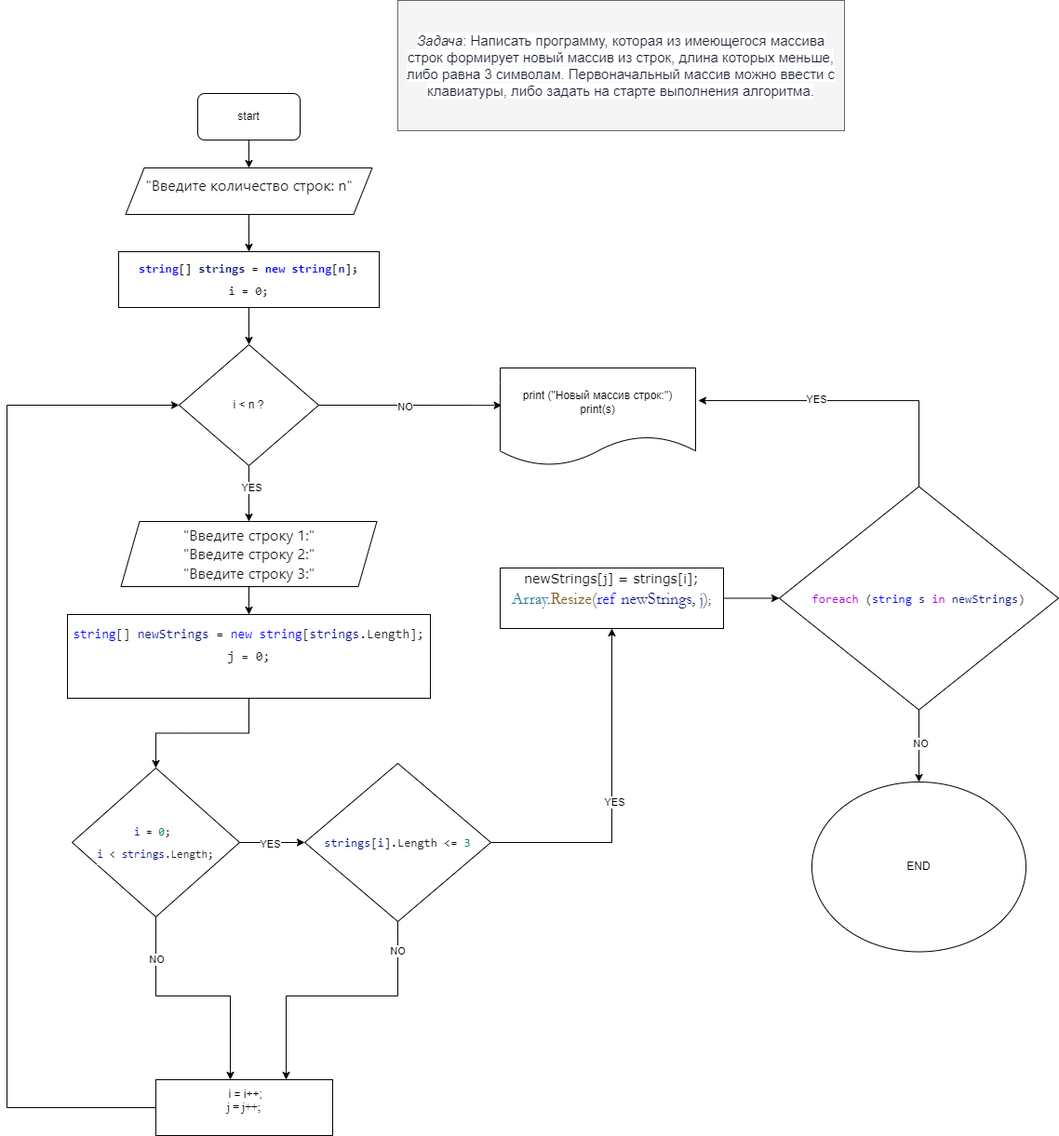
goodLikes/control_work keeps this draw.io diagram as dig_prog.png. Above is the earlier version. Source tidied: cells renumbered, new cells last; positions are measured from the earlier drawing's top-left corner, leaving out a move shared by most shapes.
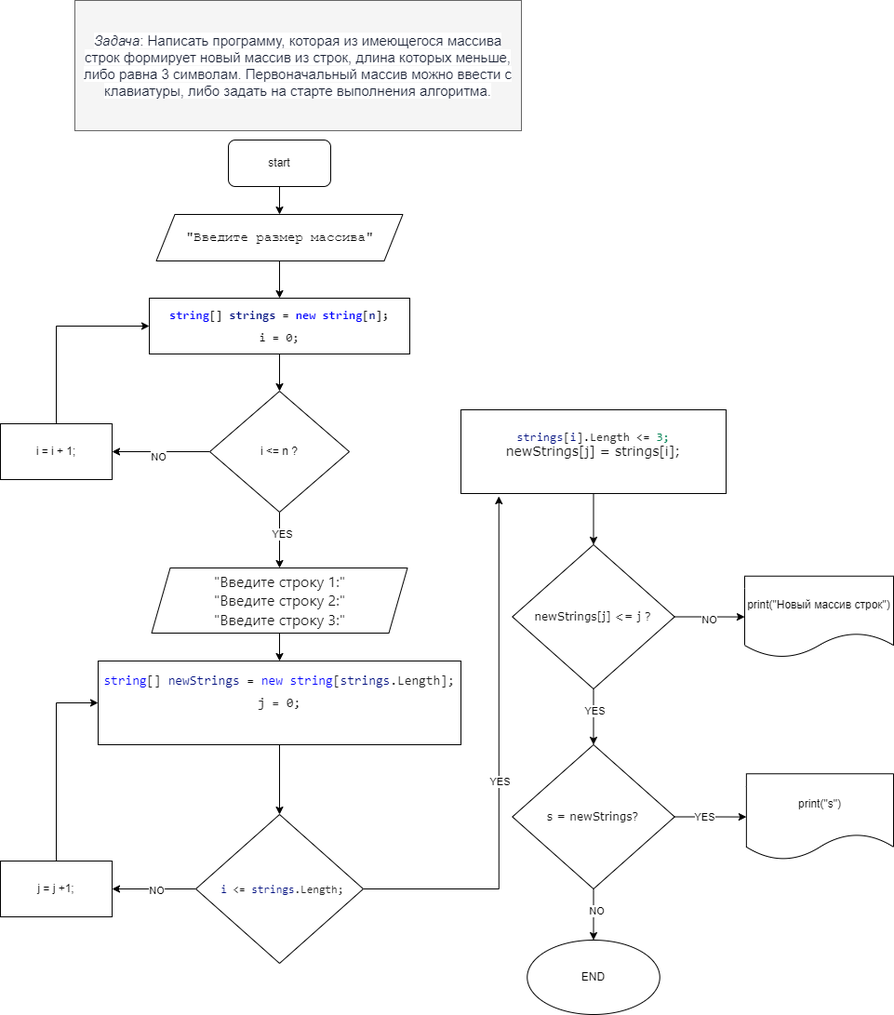
Above is the later version.

Commit message:
изменил блок схему

Change to the diagram source:
```diff
@@ -11,3 +11,3 @@
     <mxCell id="4" value="&lt;font color=&quot;#171f33&quot;&gt;&lt;em style=&quot;box-sizing: border-box; font-family: Onest, Roboto, &amp;quot;San Francisco&amp;quot;, &amp;quot;Helvetica Neue&amp;quot;, Helvetica, Arial; font-size: 15px; text-align: start; background-color: rgb(255, 255, 255);&quot;&gt;Задача&lt;/em&gt;&lt;span style=&quot;font-family: Onest, Roboto, &amp;quot;San Francisco&amp;quot;, &amp;quot;Helvetica Neue&amp;quot;, Helvetica, Arial; font-size: 15px; text-align: start; background-color: rgb(255, 255, 255);&quot;&gt;: Написать программу, которая из имеющегося массива строк формирует новый массив из строк, длина которых меньше, либо равна 3 символам. Первоначальный массив можно ввести с клавиатуры, либо задать на старте выполнения алгоритма.&lt;/span&gt;&lt;/font&gt;" style="text;html=1;align=center;verticalAlign=middle;whiteSpace=wrap;rounded=0;fillColor=#f5f5f5;fontColor=#333333;strokeColor=#666666;" parent="1" vertex="1">
-      <mxGeometry x="469" width="480" height="140" as="geometry" />
+      <mxGeometry x="89" y="-50" width="480" height="140" as="geometry" />
     </mxCell>
@@ -25,3 +25,3 @@
     </mxCell>
-    <mxCell id="7" value="&lt;span style=&quot;color: rgb(17, 17, 17); font-family: -apple-system, Roboto, SegoeUI, &amp;quot;Segoe UI&amp;quot;, &amp;quot;Helvetica Neue&amp;quot;, Helvetica, &amp;quot;Microsoft YaHei&amp;quot;, &amp;quot;Meiryo UI&amp;quot;, Meiryo, &amp;quot;Arial Unicode MS&amp;quot;, sans-serif; font-size: 16px; text-align: left; background-color: rgb(255, 255, 255);&quot;&gt;&quot;Введите количество строк: n&quot;&lt;/span&gt;&lt;div&gt;&lt;br&gt;&lt;/div&gt;" style="shape=parallelogram;perimeter=parallelogramPerimeter;whiteSpace=wrap;html=1;fixedSize=1;" parent="1" vertex="1">
+    <mxCell id="7" value="&lt;div&gt;&lt;span style=&quot;font-family: &amp;quot;Söhne Mono&amp;quot;, Monaco, &amp;quot;Andale Mono&amp;quot;, &amp;quot;Ubuntu Mono&amp;quot;, monospace; font-size: 14px; text-align: left; white-space: pre; background-color: rgb(255, 255, 255);&quot;&gt;&quot;Введите размер массива&quot;&lt;/span&gt;&lt;br&gt;&lt;/div&gt;" style="shape=parallelogram;perimeter=parallelogramPerimeter;whiteSpace=wrap;html=1;fixedSize=1;" parent="1" vertex="1">
       <mxGeometry x="176.5" y="180" width="265" height="50" as="geometry" />
@@ -40,8 +40,2 @@
     </mxCell>
-    <mxCell id="12" style="edgeStyle=orthogonalEdgeStyle;rounded=0;jettySize=auto;html=1;entryX=0.008;entryY=0.383;entryDx=0;entryDy=0;entryPerimeter=0;" parent="1" edge="1" source="16" target="26">
-      <mxGeometry relative="1" as="geometry" />
-    </mxCell>
-    <mxCell id="13" value="NO" style="edgeLabel;html=1;align=center;verticalAlign=middle;" parent="12" vertex="1">
-      <mxGeometry x="-0.06" y="-1" relative="1" as="geometry" />
-    </mxCell>
     <mxCell id="14" style="edgeStyle=orthogonalEdgeStyle;rounded=0;jettySize=auto;html=1;" parent="1" edge="1" source="16" target="11">
@@ -52,3 +46,9 @@
     </mxCell>
+    <mxCell id="40" style="edgeStyle=orthogonalEdgeStyle;rounded=0;jettySize=auto;html=1;entryX=1;entryY=0.5;entryDx=0;entryDy=0;" parent="1" edge="1" source="16" target="47">
+      <mxGeometry relative="1" as="geometry" />
+    </mxCell>
+    <mxCell id="41" value="NO" style="edgeLabel;html=1;align=center;verticalAlign=middle;" parent="40" vertex="1">
+      <mxGeometry x="0.07" y="5" relative="1" as="geometry" />
+    </mxCell>
-    <mxCell id="16" value="i &amp;lt; n ?" style="rhombus;whiteSpace=wrap;html=1;" parent="1" vertex="1">
+    <mxCell id="16" value="i &amp;lt;= n ?" style="rhombus;whiteSpace=wrap;html=1;" parent="1" vertex="1">
       <mxGeometry x="234" y="370" width="150" height="130" as="geometry" />
@@ -61,16 +61,3 @@
     </mxCell>
-    <mxCell id="19" style="edgeStyle=orthogonalEdgeStyle;rounded=0;jettySize=auto;html=1;entryX=0.421;entryY=0;entryDx=0;entryDy=0;entryPerimeter=0;" parent="1" edge="1" source="23" target="25">
-      <mxGeometry relative="1" as="geometry">
-        <Array as="points">
-          <mxPoint x="209" y="1070" />
-          <mxPoint x="289" y="1070" />
-        </Array>
-      </mxGeometry>
-    </mxCell>
-    <mxCell id="20" value="NO" style="edgeLabel;html=1;align=center;verticalAlign=middle;" parent="19" vertex="1">
-      <mxGeometry x="-0.76" y="-4" relative="1" as="geometry">
-        <mxPoint x="4" y="15" as="offset" />
-      </mxGeometry>
-    </mxCell>
-    <mxCell id="21" style="edgeStyle=orthogonalEdgeStyle;rounded=0;jettySize=auto;html=1;" parent="1" edge="1" source="23" target="31">
+    <mxCell id="21" style="edgeStyle=orthogonalEdgeStyle;rounded=0;jettySize=auto;html=1;entryX=0.143;entryY=1.033;entryDx=0;entryDy=0;entryPerimeter=0;" parent="1" edge="1" source="23" target="45">
       <mxGeometry relative="1" as="geometry" />
@@ -80,66 +67,73 @@
     </mxCell>
+    <mxCell id="42" style="edgeStyle=orthogonalEdgeStyle;rounded=0;jettySize=auto;html=1;" parent="1" edge="1" source="23" target="49">
+      <mxGeometry relative="1" as="geometry" />
+    </mxCell>
+    <mxCell id="43" value="NO" style="edgeLabel;html=1;align=center;verticalAlign=middle;" parent="42" vertex="1">
+      <mxGeometry x="-0.05" y="1" relative="1" as="geometry" />
+    </mxCell>
-    <mxCell id="23" value="&lt;div style=&quot;background-color: rgb(255, 255, 255); font-family: Consolas, &amp;quot;Courier New&amp;quot;, monospace; line-height: 24px; white-space: pre;&quot;&gt;&lt;div style=&quot;line-height: 24px;&quot;&gt;&lt;span style=&quot;color: rgb(0, 16, 128);&quot;&gt;i&lt;/span&gt; = &lt;span style=&quot;color: rgb(9, 134, 88);&quot;&gt;0&lt;/span&gt;&lt;span style=&quot;color: rgb(34, 34, 34);&quot;&gt;;&lt;/span&gt; &lt;/div&gt;&lt;div style=&quot;line-height: 24px;&quot;&gt;&lt;span style=&quot;color: rgb(0, 16, 128);&quot;&gt;i&lt;/span&gt; &amp;lt; &lt;span style=&quot;color: rgb(0, 16, 128);&quot;&gt;strings&lt;/span&gt;.&lt;span style=&quot;color: rgb(34, 34, 34);&quot;&gt;Length&lt;/span&gt;&lt;span style=&quot;color: rgb(34, 34, 34);&quot;&gt;;&lt;/span&gt;&lt;/div&gt;&lt;/div&gt;" style="rhombus;whiteSpace=wrap;html=1;" parent="1" vertex="1">
-      <mxGeometry x="119" y="825" width="180" height="160" as="geometry" />
+    <mxCell id="23" value="&lt;div style=&quot;background-color: rgb(255, 255, 255); font-family: Consolas, &amp;quot;Courier New&amp;quot;, monospace; line-height: 24px; white-space: pre;&quot;&gt;&lt;div style=&quot;line-height: 24px;&quot;&gt; &lt;span style=&quot;color: rgb(0, 16, 128);&quot;&gt;i&lt;/span&gt; &amp;lt;= &lt;span style=&quot;color: rgb(0, 16, 128);&quot;&gt;strings&lt;/span&gt;.&lt;span style=&quot;color: rgb(34, 34, 34);&quot;&gt;Length&lt;/span&gt;&lt;span style=&quot;color: rgb(34, 34, 34);&quot;&gt;;&lt;/span&gt;&lt;/div&gt;&lt;/div&gt;" style="rhombus;whiteSpace=wrap;html=1;" parent="1" vertex="1">
+      <mxGeometry x="219" y="825" width="180" height="160" as="geometry" />
     </mxCell>
-    <mxCell id="24" style="edgeStyle=orthogonalEdgeStyle;rounded=0;jettySize=auto;html=1;entryX=0;entryY=0.5;entryDx=0;entryDy=0;" parent="1" edge="1" source="25" target="16">
-      <mxGeometry relative="1" as="geometry">
-        <Array as="points">
-          <mxPoint x="49" y="435" />
-        </Array>
-      </mxGeometry>
-    </mxCell>
-    <mxCell id="25" value="&amp;nbsp;i = i++;&lt;div&gt;&lt;span style=&quot;font-family: Li5auUDzTDt5TwmMq0jz;&quot;&gt;j = j++;&lt;/span&gt;&lt;br&gt;&lt;div&gt;&lt;br&gt;&lt;/div&gt;&lt;/div&gt;" style="whiteSpace=wrap;html=1;" parent="1" vertex="1">
-      <mxGeometry x="209" y="1160" width="190" height="60" as="geometry" />
-    </mxCell>
-    <mxCell id="26" value="print (&quot;Новый массив строк:&quot;)&lt;div&gt;print(s)&lt;/div&gt;" style="shape=document;whiteSpace=wrap;html=1;boundedLbl=1;" parent="1" vertex="1">
-      <mxGeometry x="579" y="395" width="210" height="105" as="geometry" />
-    </mxCell>
-    <mxCell id="27" style="edgeStyle=orthogonalEdgeStyle;rounded=0;jettySize=auto;html=1;" parent="1" edge="1" target="25">
-      <mxGeometry relative="1" as="geometry">
-        <mxPoint x="469" y="970" as="sourcePoint" />
-        <Array as="points">
-          <mxPoint x="469" y="1070" />
-          <mxPoint x="349" y="1070" />
-        </Array>
-      </mxGeometry>
-    </mxCell>
-    <mxCell id="28" value="NO" style="edgeLabel;html=1;align=center;verticalAlign=middle;" parent="27" vertex="1">
-      <mxGeometry x="-0.67" y="-1" relative="1" as="geometry" />
-    </mxCell>
-    <mxCell id="29" style="edgeStyle=orthogonalEdgeStyle;rounded=0;jettySize=auto;html=1;" parent="1" edge="1" source="31" target="33">
-      <mxGeometry relative="1" as="geometry" />
-    </mxCell>
-    <mxCell id="30" value="YES" style="edgeLabel;html=1;align=center;verticalAlign=middle;" parent="29" vertex="1">
-      <mxGeometry x="-0.03" y="-2" relative="1" as="geometry" />
-    </mxCell>
-    <mxCell id="31" value="&lt;div style=&quot;background-color: rgb(255, 255, 255); font-family: Consolas, &amp;quot;Courier New&amp;quot;, monospace; line-height: 24px; white-space: pre;&quot;&gt;&lt;span style=&quot;font-size: 13px; text-align: left; color: rgb(0, 16, 128);&quot;&gt;strings&lt;/span&gt;&lt;span style=&quot;font-size: 13px; text-align: left; color: rgb(34, 34, 34);&quot;&gt;[&lt;/span&gt;&lt;span style=&quot;font-size: 13px; text-align: left; color: rgb(0, 16, 128);&quot;&gt;i&lt;/span&gt;&lt;span style=&quot;font-size: 13px; text-align: left; color: rgb(34, 34, 34);&quot;&gt;]&lt;/span&gt;&lt;span style=&quot;font-size: 13px; text-align: left;&quot;&gt;.&lt;/span&gt;&lt;span style=&quot;font-size: 13px; text-align: left; color: rgb(34, 34, 34);&quot;&gt;Length&lt;/span&gt;&lt;span style=&quot;font-size: 13px; text-align: left;&quot;&gt; &lt;/span&gt;&lt;span style=&quot;font-size: 13px; text-align: left;&quot;&gt;&amp;lt;=&lt;/span&gt;&lt;span style=&quot;font-size: 13px; text-align: left;&quot;&gt; &lt;/span&gt;&lt;span style=&quot;font-size: 13px; text-align: left; color: rgb(9, 134, 88);&quot;&gt;3&lt;/span&gt;&lt;br&gt;&lt;/div&gt;" style="rhombus;whiteSpace=wrap;html=1;" parent="1" vertex="1">
-      <mxGeometry x="369" y="820" width="200" height="170" as="geometry" />
-    </mxCell>
-    <mxCell id="32" style="edgeStyle=orthogonalEdgeStyle;rounded=0;jettySize=auto;html=1;" parent="1" edge="1" source="33" target="38">
-      <mxGeometry relative="1" as="geometry" />
-    </mxCell>
-    <mxCell id="33" value="&lt;span style=&quot;color: rgb(17, 17, 17); font-size: 14px; text-align: left; white-space-collapse: preserve; background-color: rgb(255, 255, 255);&quot;&gt;&lt;font face=&quot;Verdana&quot;&gt;newStrings[j] = strings[i];&lt;/font&gt;&lt;/span&gt;&lt;div&gt;&lt;div style=&quot;text-align: left;&quot;&gt;&lt;div style=&quot;background-color: rgb(255, 255, 255); font-size: 18px; line-height: 24px; white-space: pre;&quot;&gt;&lt;font face=&quot;Garamond&quot;&gt;&lt;span style=&quot;color: rgb(38, 127, 153);&quot;&gt;Array&lt;/span&gt;.&lt;span style=&quot;color: rgb(121, 94, 38);&quot;&gt;Resize&lt;/span&gt;&lt;span style=&quot;color: rgb(34, 34, 34);&quot;&gt;(&lt;/span&gt;&lt;span style=&quot;color: rgb(0, 0, 255);&quot;&gt;ref&lt;/span&gt; &lt;span style=&quot;color: rgb(0, 16, 128);&quot;&gt;newStrings&lt;/span&gt;&lt;span style=&quot;color: rgb(34, 34, 34);&quot;&gt;,&lt;/span&gt; &lt;span style=&quot;color: rgb(0, 16, 128);&quot;&gt;j&lt;/span&gt;&lt;span style=&quot;color: rgb(34, 34, 34);&quot;&gt;)&lt;/span&gt;&lt;span style=&quot;color: rgb(34, 34, 34); font-size: 13px;&quot;&gt;;&lt;/span&gt;&lt;/font&gt;&lt;/div&gt;&lt;/div&gt;&lt;div&gt;&lt;span style=&quot;color: rgb(17, 17, 17); font-family: monospace; font-size: 14px; text-align: left; white-space-collapse: preserve; background-color: rgb(255, 255, 255);&quot;&gt;&lt;br&gt;&lt;/span&gt;&lt;/div&gt;&lt;/div&gt;" style="whiteSpace=wrap;html=1;" parent="1" vertex="1">
-      <mxGeometry x="579" y="610" width="240" height="65" as="geometry" />
-    </mxCell>
-    <mxCell id="34" style="edgeStyle=orthogonalEdgeStyle;rounded=0;jettySize=auto;html=1;entryX=1.014;entryY=0.334;entryDx=0;entryDy=0;entryPerimeter=0;" parent="1" edge="1" source="38" target="26">
-      <mxGeometry relative="1" as="geometry">
-        <Array as="points">
-          <mxPoint x="1029" y="430" />
-        </Array>
-      </mxGeometry>
-    </mxCell>
-    <mxCell id="35" value="YES" style="edgeLabel;html=1;align=center;verticalAlign=middle;" parent="34" vertex="1">
-      <mxGeometry x="0.23" y="-2" relative="1" as="geometry" />
-    </mxCell>
-    <mxCell id="36" style="edgeStyle=orthogonalEdgeStyle;rounded=0;jettySize=auto;html=1;" parent="1" edge="1" source="38" target="39">
-      <mxGeometry relative="1" as="geometry" />
-    </mxCell>
-    <mxCell id="37" value="NO" style="edgeLabel;html=1;align=center;verticalAlign=middle;" parent="36" vertex="1">
-      <mxGeometry x="-0.06" y="1" relative="1" as="geometry" />
-    </mxCell>
-    <mxCell id="38" value="&lt;div style=&quot;background-color: rgb(255, 255, 255); font-family: Consolas, &amp;quot;Courier New&amp;quot;, monospace; font-size: 13px; line-height: 24px; white-space: pre;&quot;&gt;&lt;span style=&quot;color: #af00db;&quot;&gt;foreach&lt;/span&gt; &lt;span style=&quot;color: #222222;&quot;&gt;(&lt;/span&gt;&lt;span style=&quot;color: #0000ff;&quot;&gt;string&lt;/span&gt; &lt;span style=&quot;color: #001080;&quot;&gt;s&lt;/span&gt; &lt;span style=&quot;color: #af00db;&quot;&gt;in&lt;/span&gt; &lt;span style=&quot;color: #001080;&quot;&gt;newStrings&lt;/span&gt;&lt;span style=&quot;color: #222222;&quot;&gt;)&lt;/span&gt;&lt;/div&gt;" style="rhombus;whiteSpace=wrap;html=1;" parent="1" vertex="1">
-      <mxGeometry x="879" y="522.5" width="300" height="240" as="geometry" />
-    </mxCell>
+    <mxCell id="44" style="edgeStyle=orthogonalEdgeStyle;rounded=0;jettySize=auto;html=1;" parent="1" edge="1" source="45" target="54">
+      <mxGeometry relative="1" as="geometry" />
+    </mxCell>
+    <mxCell id="45" value="&lt;span style=&quot;font-family: Consolas, &amp;quot;Courier New&amp;quot;, monospace; white-space: pre; font-size: 13px; text-align: left; color: rgb(0, 16, 128);&quot;&gt;strings&lt;/span&gt;&lt;span style=&quot;font-family: Consolas, &amp;quot;Courier New&amp;quot;, monospace; white-space: pre; font-size: 13px; text-align: left; color: rgb(34, 34, 34);&quot;&gt;[&lt;/span&gt;&lt;span style=&quot;font-family: Consolas, &amp;quot;Courier New&amp;quot;, monospace; white-space: pre; font-size: 13px; text-align: left; color: rgb(0, 16, 128);&quot;&gt;i&lt;/span&gt;&lt;span style=&quot;font-family: Consolas, &amp;quot;Courier New&amp;quot;, monospace; white-space: pre; font-size: 13px; text-align: left; color: rgb(34, 34, 34);&quot;&gt;]&lt;/span&gt;&lt;span style=&quot;font-family: Consolas, &amp;quot;Courier New&amp;quot;, monospace; white-space: pre; font-size: 13px; text-align: left;&quot;&gt;.&lt;/span&gt;&lt;span style=&quot;font-family: Consolas, &amp;quot;Courier New&amp;quot;, monospace; white-space: pre; font-size: 13px; text-align: left; color: rgb(34, 34, 34);&quot;&gt;Length&lt;/span&gt;&lt;span style=&quot;font-family: Consolas, &amp;quot;Courier New&amp;quot;, monospace; white-space: pre; font-size: 13px; text-align: left;&quot;&gt; &lt;/span&gt;&lt;span style=&quot;font-family: Consolas, &amp;quot;Courier New&amp;quot;, monospace; white-space: pre; font-size: 13px; text-align: left;&quot;&gt;&amp;lt;=&lt;/span&gt;&lt;span style=&quot;font-family: Consolas, &amp;quot;Courier New&amp;quot;, monospace; white-space: pre; font-size: 13px; text-align: left;&quot;&gt; &lt;/span&gt;&lt;span style=&quot;font-family: Consolas, &amp;quot;Courier New&amp;quot;, monospace; white-space: pre; font-size: 13px; text-align: left; color: rgb(9, 134, 88);&quot;&gt;3;&lt;/span&gt;&lt;div&gt;&lt;span style=&quot;color: rgb(17, 17, 17); font-size: 14px; text-align: left; white-space-collapse: preserve; background-color: rgb(255, 255, 255);&quot;&gt;&lt;font face=&quot;Verdana&quot;&gt;newStrings[j] = strings[i];&lt;/font&gt;&lt;/span&gt;&lt;div&gt;&lt;div style=&quot;text-align: left;&quot;&gt;&lt;div&gt;&lt;font face=&quot;Garamond&quot;&gt;&lt;span style=&quot;color: rgb(34, 34, 34); font-size: 13px;&quot;&gt;&lt;br&gt;&lt;/span&gt;&lt;/font&gt;&lt;/div&gt;&lt;/div&gt;&lt;/div&gt;&lt;/div&gt;" style="rounded=0;whiteSpace=wrap;html=1;" parent="1" vertex="1">
+      <mxGeometry x="504" y="390" width="285" height="90" as="geometry" />
+    </mxCell>
+    <mxCell id="46" style="edgeStyle=orthogonalEdgeStyle;rounded=0;jettySize=auto;html=1;entryX=0;entryY=0.5;entryDx=0;entryDy=0;" parent="1" edge="1" source="47" target="9">
+      <mxGeometry relative="1" as="geometry">
+        <Array as="points">
+          <mxPoint x="69" y="300" />
+        </Array>
+      </mxGeometry>
+    </mxCell>
+    <mxCell id="47" value="i = i + 1;" style="rounded=0;whiteSpace=wrap;html=1;" parent="1" vertex="1">
+      <mxGeometry x="9" y="405" width="120" height="60" as="geometry" />
+    </mxCell>
+    <mxCell id="48" style="edgeStyle=orthogonalEdgeStyle;rounded=0;jettySize=auto;html=1;entryX=0;entryY=0.5;entryDx=0;entryDy=0;" parent="1" edge="1" source="49" target="18">
+      <mxGeometry relative="1" as="geometry" />
+    </mxCell>
+    <mxCell id="49" value="j = j +1;" style="rounded=0;whiteSpace=wrap;html=1;" parent="1" vertex="1">
+      <mxGeometry x="9" y="875" width="120" height="60" as="geometry" />
+    </mxCell>
+    <mxCell id="50" style="edgeStyle=orthogonalEdgeStyle;rounded=0;jettySize=auto;html=1;" parent="1" edge="1" source="54" target="55">
+      <mxGeometry relative="1" as="geometry" />
+    </mxCell>
+    <mxCell id="51" value="NO" style="edgeLabel;html=1;align=center;verticalAlign=middle;" parent="50" vertex="1">
+      <mxGeometry x="-0.06" y="-3" relative="1" as="geometry">
+        <mxPoint x="1" as="offset" />
+      </mxGeometry>
+    </mxCell>
+    <mxCell id="52" style="edgeStyle=orthogonalEdgeStyle;rounded=0;jettySize=auto;html=1;" parent="1" edge="1" source="54" target="60">
+      <mxGeometry relative="1" as="geometry" />
+    </mxCell>
+    <mxCell id="53" value="YES" style="edgeLabel;html=1;align=center;verticalAlign=middle;" parent="52" vertex="1">
+      <mxGeometry x="-0.22" y="1" relative="1" as="geometry" />
+    </mxCell>
+    <mxCell id="54" value="&lt;span style=&quot;color: rgb(17, 17, 17); font-family: Verdana; text-align: left; white-space-collapse: preserve; background-color: rgb(255, 255, 255);&quot;&gt;&lt;font style=&quot;font-size: 12px;&quot;&gt;newStrings[j] &amp;lt;= j ?&lt;/font&gt;&lt;/span&gt;" style="rhombus;whiteSpace=wrap;html=1;rounded=0;" parent="1" vertex="1">
+      <mxGeometry x="559.3" y="535" width="174.4" height="155" as="geometry" />
+    </mxCell>
+    <mxCell id="55" value="print(&quot;Новый массив строк&quot;)" style="shape=document;whiteSpace=wrap;html=1;boundedLbl=1;" parent="1" vertex="1">
+      <mxGeometry x="809" y="568.8" width="160" height="87.5" as="geometry" />
+    </mxCell>
+    <mxCell id="56" style="edgeStyle=orthogonalEdgeStyle;rounded=0;jettySize=auto;html=1;" parent="1" edge="1" source="60" target="61">
+      <mxGeometry relative="1" as="geometry" />
+    </mxCell>
+    <mxCell id="57" value="YES" style="edgeLabel;html=1;align=center;verticalAlign=middle;" parent="56" vertex="1">
+      <mxGeometry x="-0.18" relative="1" as="geometry" />
+    </mxCell>
+    <mxCell id="58" style="edgeStyle=orthogonalEdgeStyle;rounded=0;jettySize=auto;html=1;" parent="1" edge="1" source="60" target="39">
+      <mxGeometry relative="1" as="geometry" />
+    </mxCell>
+    <mxCell id="59" value="NO" style="edgeLabel;html=1;align=center;verticalAlign=middle;" parent="58" vertex="1">
+      <mxGeometry x="-0.13" y="3" relative="1" as="geometry" />
+    </mxCell>
+    <mxCell id="60" value="&lt;span style=&quot;color: rgb(17, 17, 17); font-family: Verdana; text-align: left; white-space-collapse: preserve; background-color: rgb(255, 255, 255);&quot;&gt;&lt;font style=&quot;font-size: 12px;&quot;&gt;s = newStrings?&lt;/font&gt;&lt;/span&gt;" style="rhombus;whiteSpace=wrap;html=1;rounded=0;" parent="1" vertex="1">
+      <mxGeometry x="559.3" y="750" width="174.4" height="155" as="geometry" />
+    </mxCell>
+    <mxCell id="61" value="print(&quot;s&quot;)" style="shape=document;whiteSpace=wrap;html=1;boundedLbl=1;rounded=0;" parent="1" vertex="1">
+      <mxGeometry x="810.9" y="781.2" width="158.1" height="92.5" as="geometry" />
+    </mxCell>
-    <mxCell id="39" value="END" style="ellipse;whiteSpace=wrap;html=1;" parent="1" vertex="1">
-      <mxGeometry x="914" y="840" width="230" height="182.5" as="geometry" />
+    <mxCell id="39" value="END" style="ellipse;whiteSpace=wrap;html=1;rounded=0;" parent="1" vertex="1">
+      <mxGeometry x="575.2" y="960" width="142.5" height="80" as="geometry" />
     </mxCell>
```
